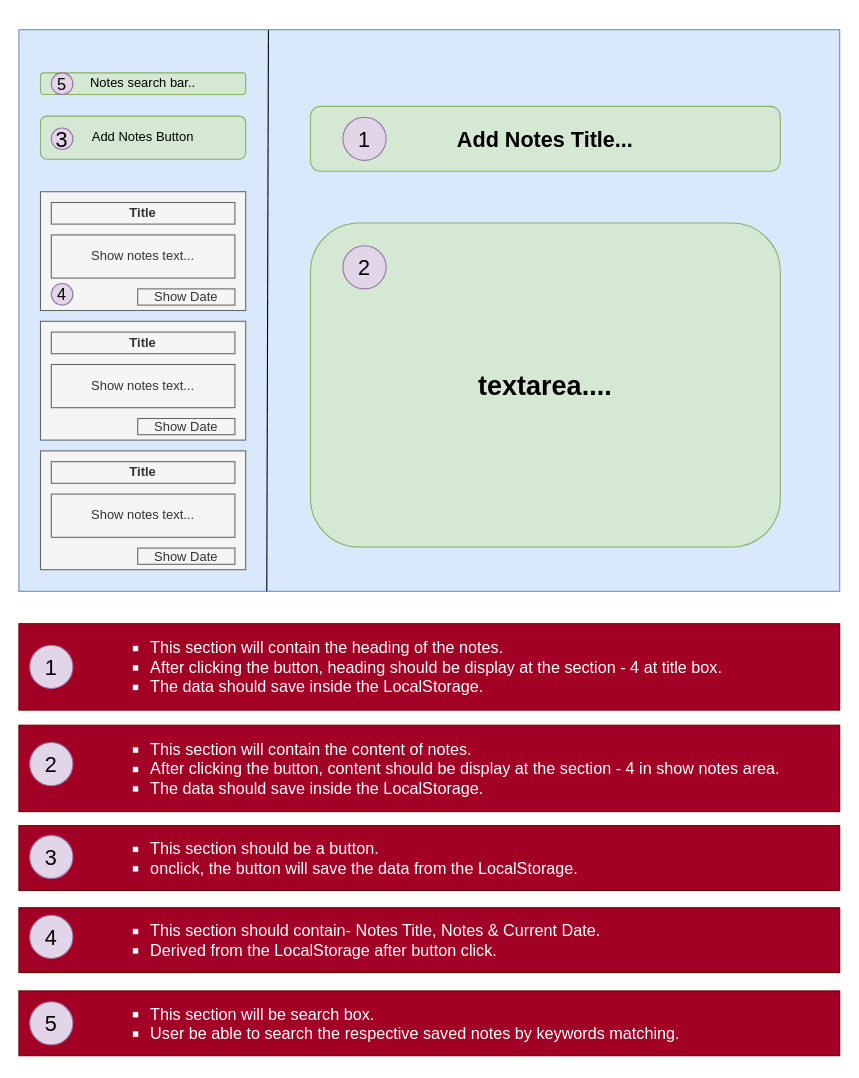
This is page "Page-1" (1 of 3) of assets/Documents/Notes_Keeping_App.drawio from SahilAkhtarKhan/Notes_Keeping_App, a draw.io file, before an edit. Source tidied: cells renumbered, new cells numbered last; positions are measured from the earlier drawing's top-left corner, leaving out a move shared by most shapes. Both pictures are drawn from the tidied source at 108%, with x=0, y=0 at pixel (18, 29). Pictures stored in the file or linked from it are replaced by grey dashed boxes.
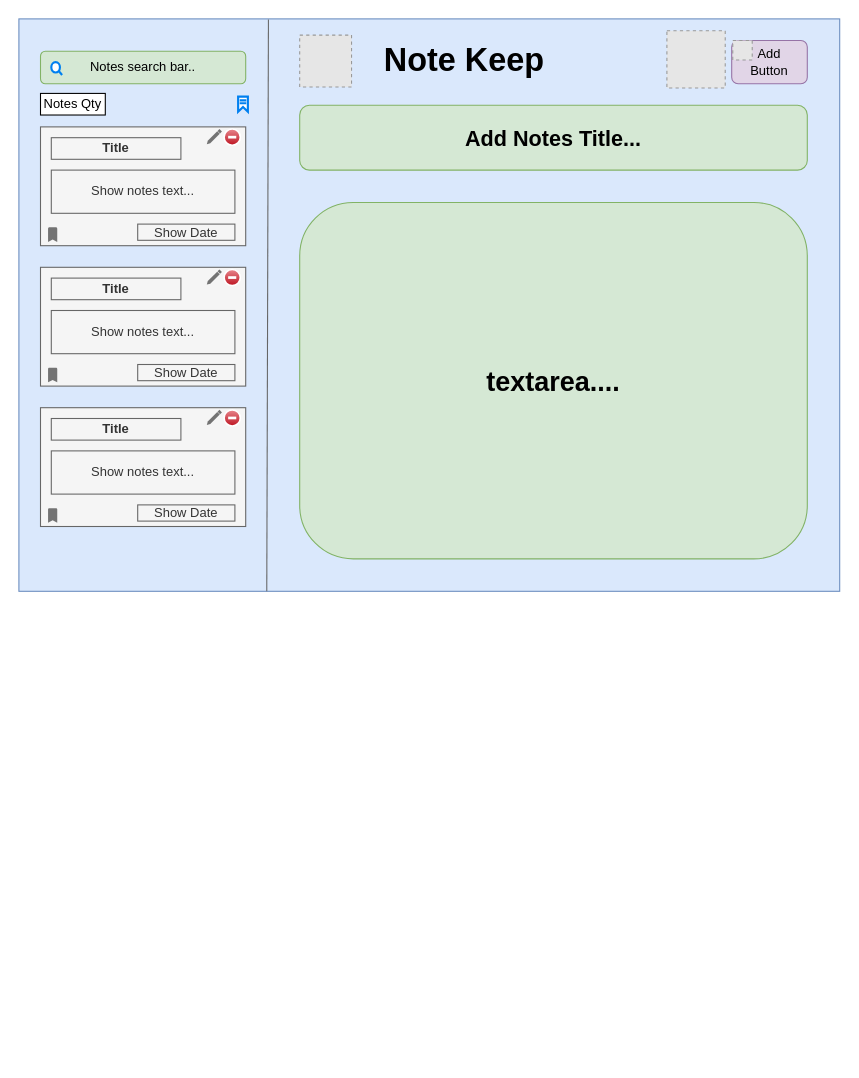
The same diagram, later.

What changed in the source:
```diff
@@
     <mxCell id="2" style="rounded=0;whiteSpace=wrap;html=1;fillColor=#dae8fc;strokeColor=#6c8ebf;" parent="1" vertex="1">
-      <mxGeometry width="760" height="520" as="geometry" />
+      <mxGeometry y="-10" width="760" height="530" as="geometry" />
     </mxCell>
-    <mxCell id="3" style="endArrow=none;html=1;rounded=0;entryX=0.304;entryY=0.001;entryDx=0;entryDy=0;entryPerimeter=0;exitX=0.302;exitY=1;exitDx=0;exitDy=0;exitPerimeter=0;" parent="1" edge="1" source="2" target="2">
+    <mxCell id="3" style="endArrow=none;html=1;rounded=0;entryX=0.304;entryY=0.001;entryDx=0;entryDy=0;entryPerimeter=0;exitX=0.302;exitY=1;exitDx=0;exitDy=0;exitPerimeter=0;fillColor=#f5f5f5;strokeColor=#666666;" parent="1" edge="1" source="2" target="2">
       <mxGeometry relative="1" as="geometry" />
     </mxCell>
-    <mxCell id="4" value="&lt;font color=&quot;#000000&quot;&gt;Add Notes Button&lt;/font&gt;" style="rounded=1;whiteSpace=wrap;html=1;fillColor=#d5e8d4;strokeColor=#82b366;" parent="1" vertex="1">
-      <mxGeometry x="20" y="80" width="190" height="40" as="geometry" />
+    <mxCell id="4" value="&lt;font color=&quot;#000000&quot;&gt;Add &lt;br&gt;Button&lt;/font&gt;" style="rounded=1;whiteSpace=wrap;html=1;fillColor=#e1d5e7;strokeColor=#9673a6;" parent="1" vertex="1">
+      <mxGeometry x="660" y="10" width="70" height="40" as="geometry" />
     </mxCell>
     <mxCell id="5" value="&lt;font color=&quot;#000000&quot;&gt;Notes search bar..&lt;/font&gt;" style="rounded=1;whiteSpace=wrap;html=1;fillColor=#d5e8d4;strokeColor=#82b366;" parent="1" vertex="1">
-      <mxGeometry x="20" y="40" width="190" height="20" as="geometry" />
+      <mxGeometry x="20" y="20" width="190" height="30" as="geometry" />
     </mxCell>
     <mxCell id="6" style="rounded=0;whiteSpace=wrap;html=1;fillColor=#f5f5f5;strokeColor=#666666;fontColor=#333333;" parent="1" vertex="1">
-      <mxGeometry x="20" y="150" width="190" height="110" as="geometry" />
+      <mxGeometry x="20" y="90" width="190" height="110" as="geometry" />
     </mxCell>
     <mxCell id="7" value="&lt;b&gt;&lt;font style=&quot;font-size: 20px&quot; color=&quot;#000000&quot;&gt;Add Notes Title...&lt;/font&gt;&lt;/b&gt;" style="rounded=1;whiteSpace=wrap;html=1;fillColor=#d5e8d4;strokeColor=#82b366;" parent="1" vertex="1">
-      <mxGeometry x="270" y="71" width="435" height="60" as="geometry" />
+      <mxGeometry x="260" y="70" width="470" height="60" as="geometry" />
     </mxCell>
     <mxCell id="8" value="&lt;b&gt;&lt;font style=&quot;font-size: 25px&quot; color=&quot;#000000&quot;&gt;textarea....&lt;/font&gt;&lt;/b&gt;" style="rounded=1;whiteSpace=wrap;html=1;fillColor=#d5e8d4;strokeColor=#82b366;" parent="1" vertex="1">
-      <mxGeometry x="270" y="179" width="435" height="300" as="geometry" />
+      <mxGeometry x="260" y="160" width="470" height="330" as="geometry" />
     </mxCell>
     <mxCell id="9" value="&lt;b&gt;Title&lt;/b&gt;" style="rounded=0;whiteSpace=wrap;html=1;fillColor=#f5f5f5;strokeColor=#666666;fontColor=#333333;" parent="1" vertex="1">
-      <mxGeometry x="30" y="160" width="170" height="20" as="geometry" />
+      <mxGeometry x="30" y="100" width="120" height="20" as="geometry" />
     </mxCell>
     <mxCell id="10" value="Show notes text..." style="rounded=0;whiteSpace=wrap;html=1;fillColor=#f5f5f5;strokeColor=#666666;fontColor=#333333;" parent="1" vertex="1">
-      <mxGeometry x="30" y="190" width="170" height="40" as="geometry" />
+      <mxGeometry x="30" y="130" width="170" height="40" as="geometry" />
     </mxCell>
     <mxCell id="11" value="Show Date" style="rounded=0;whiteSpace=wrap;html=1;fillColor=#f5f5f5;strokeColor=#666666;fontColor=#333333;" parent="1" vertex="1">
-      <mxGeometry x="110" y="240" width="90" height="15" as="geometry" />
+      <mxGeometry x="110" y="180" width="90" height="15" as="geometry" />
     </mxCell>
-    <mxCell id="12" style="rounded=0;whiteSpace=wrap;html=1;fillColor=#f5f5f5;strokeColor=#666666;fontColor=#333333;" parent="1" vertex="1">
-      <mxGeometry x="20" y="270" width="190" height="110" as="geometry" />
-    </mxCell>
-    <mxCell id="13" value="&lt;b&gt;Title&lt;/b&gt;" style="rounded=0;whiteSpace=wrap;html=1;fillColor=#f5f5f5;strokeColor=#666666;fontColor=#333333;" parent="1" vertex="1">
-      <mxGeometry x="30" y="280" width="170" height="20" as="geometry" />
-    </mxCell>
-    <mxCell id="14" value="Show notes text..." style="rounded=0;whiteSpace=wrap;html=1;fillColor=#f5f5f5;strokeColor=#666666;fontColor=#333333;" parent="1" vertex="1">
-      <mxGeometry x="30" y="310" width="170" height="40" as="geometry" />
-    </mxCell>
-    <mxCell id="15" value="Show Date" style="rounded=0;whiteSpace=wrap;html=1;fillColor=#f5f5f5;strokeColor=#666666;fontColor=#333333;" parent="1" vertex="1">
-      <mxGeometry x="110" y="360" width="90" height="15" as="geometry" />
-    </mxCell>
-    <mxCell id="16" style="rounded=0;whiteSpace=wrap;html=1;fillColor=#f5f5f5;strokeColor=#666666;fontColor=#333333;" parent="1" vertex="1">
-      <mxGeometry x="20" y="390" width="190" height="110" as="geometry" />
-    </mxCell>
-    <mxCell id="17" value="&lt;b&gt;Title&lt;/b&gt;" style="rounded=0;whiteSpace=wrap;html=1;fillColor=#f5f5f5;strokeColor=#666666;fontColor=#333333;" parent="1" vertex="1">
-      <mxGeometry x="30" y="400" width="170" height="20" as="geometry" />
-    </mxCell>
-    <mxCell id="18" value="Show notes text..." style="rounded=0;whiteSpace=wrap;html=1;fillColor=#f5f5f5;strokeColor=#666666;fontColor=#333333;" parent="1" vertex="1">
-      <mxGeometry x="30" y="430" width="170" height="40" as="geometry" />
-    </mxCell>
-    <mxCell id="19" value="Show Date" style="rounded=0;whiteSpace=wrap;html=1;fillColor=#f5f5f5;strokeColor=#666666;fontColor=#333333;" parent="1" vertex="1">
-      <mxGeometry x="110" y="480" width="90" height="15" as="geometry" />
-    </mxCell>
-    <mxCell id="20" value="&lt;font color=&quot;#000000&quot;&gt;1&lt;/font&gt;" style="ellipse;whiteSpace=wrap;html=1;fontSize=20;fillColor=#e1d5e7;strokeColor=#9673a6;" parent="1" vertex="1">
-      <mxGeometry x="300" y="81" width="40" height="40" as="geometry" />
-    </mxCell>
-    <mxCell id="21" value="&lt;font color=&quot;#000000&quot;&gt;2&lt;/font&gt;" style="ellipse;whiteSpace=wrap;html=1;fontSize=20;fillColor=#e1d5e7;strokeColor=#9673a6;" parent="1" vertex="1">
-      <mxGeometry x="300" y="200" width="40" height="40" as="geometry" />
-    </mxCell>
-    <mxCell id="22" value="&lt;ul&gt;&lt;ul&gt;&lt;ul&gt;&lt;li&gt;This section will contain the heading of the notes.&lt;/li&gt;&lt;li&gt;After clicking the button, heading should be display at the section - 4 at title box.&lt;/li&gt;&lt;li&gt;The data should save inside the LocalStorage.&lt;/li&gt;&lt;/ul&gt;&lt;/ul&gt;&lt;/ul&gt;" style="rounded=0;whiteSpace=wrap;html=1;fontSize=15;align=left;fillColor=#a20025;strokeColor=#6F0000;fontColor=#ffffff;" parent="1" vertex="1">
-      <mxGeometry y="550" width="760" height="80" as="geometry" />
-    </mxCell>
-    <mxCell id="23" value="&lt;font color=&quot;#000000&quot;&gt;1&lt;/font&gt;" style="ellipse;whiteSpace=wrap;html=1;fontSize=20;fillColor=#e1d5e7;strokeColor=#9673a6;" parent="1" vertex="1">
-      <mxGeometry x="10" y="570" width="40" height="40" as="geometry" />
-    </mxCell>
-    <mxCell id="24" value="&lt;font color=&quot;#000000&quot;&gt;4&lt;/font&gt;" style="ellipse;whiteSpace=wrap;html=1;fontSize=15;fillColor=#e1d5e7;strokeColor=#9673a6;" parent="1" vertex="1">
-      <mxGeometry x="30" y="235" width="20" height="20" as="geometry" />
-    </mxCell>
-    <mxCell id="25" value="&lt;font color=&quot;#000000&quot;&gt;3&lt;/font&gt;" style="ellipse;whiteSpace=wrap;html=1;fontSize=20;fillColor=#e1d5e7;strokeColor=#9673a6;" parent="1" vertex="1">
-      <mxGeometry x="30" y="91" width="20" height="20" as="geometry" />
-    </mxCell>
-    <mxCell id="26" value="&lt;font color=&quot;#000000&quot;&gt;5&lt;/font&gt;" style="ellipse;whiteSpace=wrap;html=1;fontSize=15;fillColor=#e1d5e7;strokeColor=#9673a6;" parent="1" vertex="1">
-      <mxGeometry x="30" y="40" width="20" height="20" as="geometry" />
-    </mxCell>
-    <mxCell id="27" value="&lt;ul&gt;&lt;ul&gt;&lt;ul&gt;&lt;li&gt;This section will contain the content of notes.&lt;/li&gt;&lt;li&gt;After clicking the button, content should be display at the section - 4 in show notes area.&lt;/li&gt;&lt;li&gt;The data should save inside the LocalStorage.&lt;/li&gt;&lt;/ul&gt;&lt;/ul&gt;&lt;/ul&gt;" style="rounded=0;whiteSpace=wrap;html=1;fontSize=15;align=left;fillColor=#a20025;strokeColor=#6F0000;fontColor=#ffffff;" parent="1" vertex="1">
-      <mxGeometry y="644" width="760" height="80" as="geometry" />
-    </mxCell>
-    <mxCell id="28" value="&lt;font color=&quot;#000000&quot;&gt;2&lt;/font&gt;" style="ellipse;whiteSpace=wrap;html=1;fontSize=20;fillColor=#e1d5e7;strokeColor=#9673a6;" parent="1" vertex="1">
-      <mxGeometry x="10" y="660" width="40" height="40" as="geometry" />
-    </mxCell>
-    <mxCell id="29" value="&lt;ul&gt;&lt;ul&gt;&lt;ul&gt;&lt;li&gt;This section should be a button.&lt;/li&gt;&lt;li&gt;onclick, the button will save the data from the LocalStorage.&lt;/li&gt;&lt;/ul&gt;&lt;/ul&gt;&lt;/ul&gt;" style="rounded=0;whiteSpace=wrap;html=1;fontSize=15;align=left;fillColor=#a20025;strokeColor=#6F0000;fontColor=#ffffff;" parent="1" vertex="1">
-      <mxGeometry y="737" width="760" height="60" as="geometry" />
-    </mxCell>
-    <mxCell id="30" value="&lt;font color=&quot;#000000&quot;&gt;3&lt;/font&gt;" style="ellipse;whiteSpace=wrap;html=1;fontSize=20;fillColor=#e1d5e7;strokeColor=#9673a6;" parent="1" vertex="1">
-      <mxGeometry x="10" y="746" width="40" height="40" as="geometry" />
-    </mxCell>
-    <mxCell id="31" value="&lt;ul&gt;&lt;ul&gt;&lt;ul&gt;&lt;li&gt;This section should contain- Notes Title, Notes &amp;amp; Current Date.&lt;/li&gt;&lt;li&gt;Derived from the LocalStorage after button click.&lt;/li&gt;&lt;/ul&gt;&lt;/ul&gt;&lt;/ul&gt;" style="rounded=0;whiteSpace=wrap;html=1;fontSize=15;align=left;fillColor=#a20025;strokeColor=#6F0000;fontColor=#ffffff;" parent="1" vertex="1">
-      <mxGeometry y="813" width="760" height="60" as="geometry" />
-    </mxCell>
-    <mxCell id="32" value="&lt;font color=&quot;#000000&quot;&gt;4&lt;/font&gt;" style="ellipse;whiteSpace=wrap;html=1;fontSize=20;fillColor=#e1d5e7;strokeColor=#9673a6;" parent="1" vertex="1">
-      <mxGeometry x="10" y="820" width="40" height="40" as="geometry" />
-    </mxCell>
-    <mxCell id="33" value="&lt;ul&gt;&lt;ul&gt;&lt;ul&gt;&lt;li&gt;This section will be search box.&lt;/li&gt;&lt;li&gt;User be able to search the respective saved notes by keywords matching.&lt;/li&gt;&lt;/ul&gt;&lt;/ul&gt;&lt;/ul&gt;" style="rounded=0;whiteSpace=wrap;html=1;fontSize=15;align=left;fillColor=#a20025;strokeColor=#6F0000;fontColor=#ffffff;" parent="1" vertex="1">
-      <mxGeometry y="890" width="760" height="60" as="geometry" />
-    </mxCell>
-    <mxCell id="34" value="&lt;font color=&quot;#000000&quot;&gt;5&lt;/font&gt;" style="ellipse;whiteSpace=wrap;html=1;fontSize=20;fillColor=#e1d5e7;strokeColor=#9673a6;" parent="1" vertex="1">
-      <mxGeometry x="10" y="900" width="40" height="40" as="geometry" />
-    </mxCell>
+    <mxCell id="35" value="&lt;b&gt;&lt;font style=&quot;font-size: 30px&quot; color=&quot;#000000&quot;&gt;Note Keep&lt;/font&gt;&lt;/b&gt;" style="text;html=1;strokeColor=none;fillColor=none;align=center;verticalAlign=middle;whiteSpace=wrap;rounded=0;" parent="1" vertex="1">
+      <mxGeometry x="325" y="10" width="175" height="36" as="geometry" />
+    </mxCell>
+    <mxCell id="36" style="html=1;verticalLabelPosition=bottom;align=center;labelBackgroundColor=#ffffff;verticalAlign=top;strokeWidth=2;strokeColor=#0080F0;shadow=0;dashed=0;shape=mxgraph.ios7.icons.looking_glass;fontSize=30;fillColor=#FFFFFF;" parent="1" vertex="1">
+      <mxGeometry x="30" y="30" width="10" height="12" as="geometry" />
+    </mxCell>
+    <mxCell id="37" style="fillColor=#E6E6E6;strokeColor=#999999;dashed=1;html=1;verticalAlign=top;verticalLabelPosition=bottom;labelBackgroundColor=#ffffff;fontSize=30;" parent="1" vertex="1">
+      <mxGeometry x="260" y="5" width="48" height="48" as="geometry" />
+    </mxCell>
+    <mxCell id="38" style="fillColor=#E6E6E6;strokeColor=#999999;dashed=1;html=1;verticalAlign=top;verticalLabelPosition=bottom;labelBackgroundColor=#ffffff;fontSize=30;" parent="1" vertex="1">
+      <mxGeometry x="600" y="1" width="54" height="53" as="geometry" />
+    </mxCell>
+    <mxCell id="39" style="fillColor=#E6E6E6;strokeColor=#999999;dashed=1;html=1;verticalAlign=top;verticalLabelPosition=bottom;labelBackgroundColor=#ffffff;fontSize=30;" parent="1" vertex="1">
+      <mxGeometry x="661" y="10" width="18" height="18" as="geometry" />
+    </mxCell>
+    <mxCell id="40" style="dashed=0;verticalLabelPosition=bottom;verticalAlign=top;align=center;shape=mxgraph.gmdl.edit;strokeColor=none;fillColor=#737373;shadow=0;sketch=0;fontSize=30;" parent="1" vertex="1">
+      <mxGeometry x="174" y="92" width="14" height="14" as="geometry" />
+    </mxCell>
+    <mxCell id="41" style="verticalLabelPosition=bottom;verticalAlign=top;html=1;shadow=0;dashed=0;strokeWidth=1;shape=mxgraph.ios.iDeleteIcon;fillColor=#e8878E;fillColor2=#BD1421;strokeColor=#ffffff;sketch=0;fontSize=30;" parent="1" vertex="1">
+      <mxGeometry x="190" y="92" width="15" height="15" as="geometry" />
+    </mxCell>
+    <mxCell id="42" style="rounded=0;whiteSpace=wrap;html=1;fillColor=#f5f5f5;strokeColor=#666666;fontColor=#333333;" parent="1" vertex="1">
+      <mxGeometry x="20" y="220" width="190" height="110" as="geometry" />
+    </mxCell>
+    <mxCell id="43" value="&lt;b&gt;Title&lt;/b&gt;" style="rounded=0;whiteSpace=wrap;html=1;fillColor=#f5f5f5;strokeColor=#666666;fontColor=#333333;" parent="1" vertex="1">
+      <mxGeometry x="30" y="230" width="120" height="20" as="geometry" />
+    </mxCell>
+    <mxCell id="44" value="Show notes text..." style="rounded=0;whiteSpace=wrap;html=1;fillColor=#f5f5f5;strokeColor=#666666;fontColor=#333333;" parent="1" vertex="1">
+      <mxGeometry x="30" y="260" width="170" height="40" as="geometry" />
+    </mxCell>
+    <mxCell id="45" value="Show Date" style="rounded=0;whiteSpace=wrap;html=1;fillColor=#f5f5f5;strokeColor=#666666;fontColor=#333333;" parent="1" vertex="1">
+      <mxGeometry x="110" y="310" width="90" height="15" as="geometry" />
+    </mxCell>
+    <mxCell id="46" style="dashed=0;verticalLabelPosition=bottom;verticalAlign=top;align=center;shape=mxgraph.gmdl.edit;strokeColor=none;fillColor=#737373;shadow=0;sketch=0;fontSize=30;" parent="1" vertex="1">
+      <mxGeometry x="174" y="222" width="14" height="14" as="geometry" />
+    </mxCell>
+    <mxCell id="47" style="verticalLabelPosition=bottom;verticalAlign=top;html=1;shadow=0;dashed=0;strokeWidth=1;shape=mxgraph.ios.iDeleteIcon;fillColor=#e8878E;fillColor2=#BD1421;strokeColor=#ffffff;sketch=0;fontSize=30;" parent="1" vertex="1">
+      <mxGeometry x="190" y="222" width="15" height="15" as="geometry" />
+    </mxCell>
+    <mxCell id="48" style="rounded=0;whiteSpace=wrap;html=1;fillColor=#f5f5f5;strokeColor=#666666;fontColor=#333333;" parent="1" vertex="1">
+      <mxGeometry x="20" y="350" width="190" height="110" as="geometry" />
+    </mxCell>
+    <mxCell id="49" value="&lt;b&gt;Title&lt;/b&gt;" style="rounded=0;whiteSpace=wrap;html=1;fillColor=#f5f5f5;strokeColor=#666666;fontColor=#333333;" parent="1" vertex="1">
+      <mxGeometry x="30" y="360" width="120" height="20" as="geometry" />
+    </mxCell>
+    <mxCell id="50" value="Show notes text..." style="rounded=0;whiteSpace=wrap;html=1;fillColor=#f5f5f5;strokeColor=#666666;fontColor=#333333;" parent="1" vertex="1">
+      <mxGeometry x="30" y="390" width="170" height="40" as="geometry" />
+    </mxCell>
+    <mxCell id="51" value="Show Date" style="rounded=0;whiteSpace=wrap;html=1;fillColor=#f5f5f5;strokeColor=#666666;fontColor=#333333;" parent="1" vertex="1">
+      <mxGeometry x="110" y="440" width="90" height="15" as="geometry" />
+    </mxCell>
+    <mxCell id="52" style="dashed=0;verticalLabelPosition=bottom;verticalAlign=top;align=center;shape=mxgraph.gmdl.edit;strokeColor=none;fillColor=#737373;shadow=0;sketch=0;fontSize=30;" parent="1" vertex="1">
+      <mxGeometry x="174" y="352" width="14" height="14" as="geometry" />
+    </mxCell>
+    <mxCell id="53" style="verticalLabelPosition=bottom;verticalAlign=top;html=1;shadow=0;dashed=0;strokeWidth=1;shape=mxgraph.ios.iDeleteIcon;fillColor=#e8878E;fillColor2=#BD1421;strokeColor=#ffffff;sketch=0;fontSize=30;" parent="1" vertex="1">
+      <mxGeometry x="190" y="352" width="15" height="15" as="geometry" />
+    </mxCell>
+    <mxCell id="54" style="dashed=0;verticalLabelPosition=bottom;verticalAlign=top;align=center;shape=mxgraph.gmdl.bookmark;strokeColor=none;fillColor=#737373;shadow=0;sketch=0;fontSize=33;fontColor=#000000;" parent="1" vertex="1">
+      <mxGeometry x="27" y="183" width="8.5" height="13.5" as="geometry" />
+    </mxCell>
+    <mxCell id="55" style="dashed=0;verticalLabelPosition=bottom;verticalAlign=top;align=center;shape=mxgraph.gmdl.bookmark;strokeColor=none;fillColor=#737373;shadow=0;sketch=0;fontSize=33;fontColor=#000000;" parent="1" vertex="1">
+      <mxGeometry x="27" y="313" width="8.5" height="13.5" as="geometry" />
+    </mxCell>
+    <mxCell id="56" style="dashed=0;verticalLabelPosition=bottom;verticalAlign=top;align=center;shape=mxgraph.gmdl.bookmark;strokeColor=none;fillColor=#737373;shadow=0;sketch=0;fontSize=33;fontColor=#000000;" parent="1" vertex="1">
+      <mxGeometry x="27" y="443" width="8.5" height="13.5" as="geometry" />
+    </mxCell>
+    <mxCell id="57" style="html=1;verticalLabelPosition=bottom;align=center;labelBackgroundColor=#ffffff;verticalAlign=top;strokeWidth=2;strokeColor=#0080F0;shadow=0;dashed=0;shape=mxgraph.ios7.icons.bookmark;fontSize=33;fontColor=#000000;fillColor=#FFFFFF;" parent="1" vertex="1">
+      <mxGeometry x="203" y="62" width="9" height="14" as="geometry" />
+    </mxCell>
+    <mxCell id="58" value="&lt;span&gt;Notes Qty&lt;/span&gt;" style="rounded=0;whiteSpace=wrap;html=1;fontSize=12;fontColor=#000000;fillColor=#FFFFFF;" parent="1" vertex="1">
+      <mxGeometry x="20" y="59" width="60" height="20" as="geometry" />
+    </mxCell>
```
